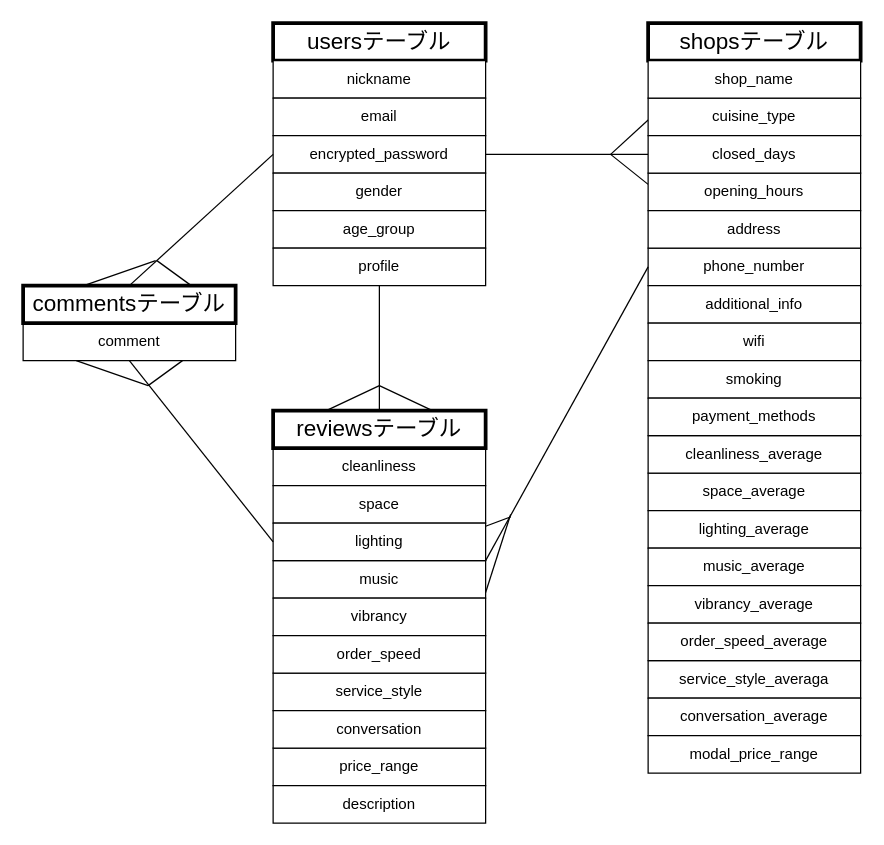
This is er.dio from 3ttaka/dokoiku, a draw.io file, before an edit. Source tidied: cells renumbered, new cells numbered last; positions are measured from the earlier drawing's top-left corner, leaving out a move shared by most shapes. Both pictures are drawn from the tidied source at 125%, with x=0, y=0 at pixel (22, 22).
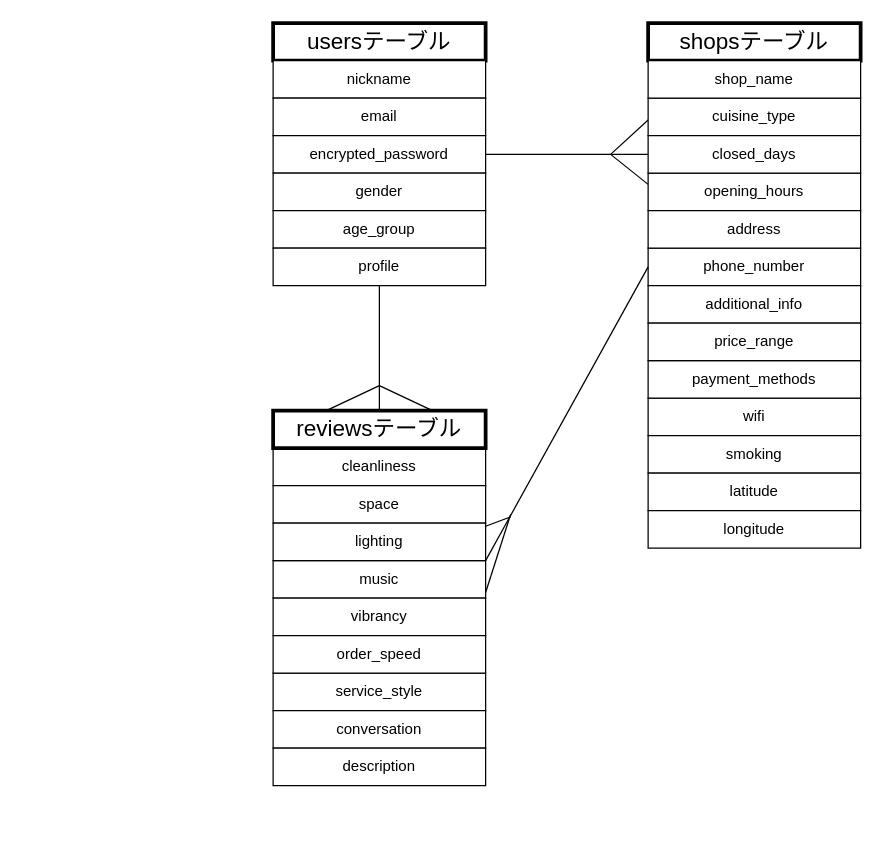
After the change.

Unchanged cells that the change refers to:
```xml
<mxCell id="9" value="encrypted_password" style="rounded=0;whiteSpace=wrap;html=1;" parent="7" vertex="1">
  <mxGeometry y="30" width="170" height="30" as="geometry" />
</mxCell>
<mxCell id="19" style="group;" parent="1" vertex="1">
  <mxGeometry x="200" y="310" width="250" height="310" as="geometry" />
</mxCell>
<mxCell id="24" value="lighting" style="rounded=0;whiteSpace=wrap;html=1;" parent="19" vertex="1">
  <mxGeometry y="90" width="170" height="30" as="geometry" />
</mxCell>
<mxCell id="27" style="group;" parent="19" vertex="1">
  <mxGeometry y="180" width="250" height="130" as="geometry" />
</mxCell>
<mxCell id="31" style="group;" parent="27" vertex="1">
  <mxGeometry x="80" y="10" width="170" height="120" as="geometry" />
</mxCell>
```

What changed in the source:
```diff
@@
-    <mxCell id="16" style="group;" parent="1" vertex="1">
-      <mxGeometry y="210" width="170" height="60" as="geometry" />
-    </mxCell>
-    <mxCell id="17" value="comment" style="rounded=0;whiteSpace=wrap;html=1;" parent="16" vertex="1">
-      <mxGeometry y="30" width="170" height="30" as="geometry" />
-    </mxCell>
-    <mxCell id="18" value="&lt;font style=&quot;font-size: 18px;&quot;&gt;commentsテーブル&lt;/font&gt;" style="rounded=0;whiteSpace=wrap;html=1;strokeWidth=3;" parent="16" vertex="1">
-      <mxGeometry width="170" height="30" as="geometry" />
-    </mxCell>
@@
-    <mxCell id="26" value="price_range" style="rounded=0;whiteSpace=wrap;html=1;" parent="19" vertex="1">
-      <mxGeometry y="270" width="170" height="30" as="geometry" />
-    </mxCell>
@@
-    <mxCell id="32" style="group;" parent="31" vertex="1">
-      <mxGeometry x="220" y="-170" width="170" height="60" as="geometry" />
-    </mxCell>
-    <mxCell id="33" value="space_average" style="rounded=0;whiteSpace=wrap;html=1;" parent="32" vertex="1">
-      <mxGeometry y="30" width="170" height="30" as="geometry" />
-    </mxCell>
+    <mxCell id="48" value="description" style="rounded=0;whiteSpace=wrap;html=1;" parent="27" vertex="1">
+      <mxGeometry y="90" width="170" height="30" as="geometry" />
+    </mxCell>
@@
-    <mxCell id="40" style="edgeStyle=none;html=1;exitX=0.5;exitY=1;exitDx=0;exitDy=0;entryX=0;entryY=0.5;entryDx=0;entryDy=0;fontSize=18;endArrow=none;endFill=0;" parent="1" edge="1" source="17" target="24">
-      <mxGeometry relative="1" as="geometry" />
-    </mxCell>
-    <mxCell id="41" style="edgeStyle=none;html=1;exitX=0.25;exitY=1;exitDx=0;exitDy=0;fontSize=18;endArrow=none;endFill=0;" parent="1" edge="1" source="17">
-      <mxGeometry relative="1" as="geometry">
-        <mxPoint x="100" y="290" as="targetPoint" />
-      </mxGeometry>
-    </mxCell>
-    <mxCell id="42" style="edgeStyle=none;html=1;exitX=0.75;exitY=1;exitDx=0;exitDy=0;fontSize=18;endArrow=none;endFill=0;" parent="1" edge="1" source="17">
-      <mxGeometry relative="1" as="geometry">
-        <mxPoint x="100" y="290" as="targetPoint" />
-      </mxGeometry>
-    </mxCell>
-    <mxCell id="43" style="edgeStyle=none;html=1;exitX=0;exitY=0.5;exitDx=0;exitDy=0;entryX=0.5;entryY=0;entryDx=0;entryDy=0;fontSize=18;endArrow=none;endFill=0;" parent="1" edge="1" source="9" target="18">
-      <mxGeometry relative="1" as="geometry" />
-    </mxCell>
-    <mxCell id="44" style="edgeStyle=none;html=1;exitX=0.25;exitY=0;exitDx=0;exitDy=0;fontSize=18;endArrow=none;endFill=0;" parent="1" edge="1">
-      <mxGeometry relative="1" as="geometry">
-        <mxPoint x="48.5" y="210" as="sourcePoint" />
-        <mxPoint x="106" y="190" as="targetPoint" />
-      </mxGeometry>
-    </mxCell>
-    <mxCell id="45" style="edgeStyle=none;html=1;exitX=0.75;exitY=0;exitDx=0;exitDy=0;fontSize=18;endArrow=none;endFill=0;" parent="1" edge="1">
-      <mxGeometry relative="1" as="geometry">
-        <mxPoint x="134.5" y="210" as="sourcePoint" />
-        <mxPoint x="107" y="190" as="targetPoint" />
-      </mxGeometry>
-    </mxCell>
-    <mxCell id="46" value="lighting_average" style="rounded=0;whiteSpace=wrap;html=1;" parent="1" vertex="1">
-      <mxGeometry x="500" y="390" width="170" height="30" as="geometry" />
-    </mxCell>
-    <mxCell id="47" value="music_average" style="rounded=0;whiteSpace=wrap;html=1;" parent="1" vertex="1">
-      <mxGeometry x="500" y="420" width="170" height="30" as="geometry" />
-    </mxCell>
-    <mxCell id="48" value="description" style="rounded=0;whiteSpace=wrap;html=1;" parent="1" vertex="1">
-      <mxGeometry x="200" y="610" width="170" height="30" as="geometry" />
-    </mxCell>
@@
-    <mxCell id="64" value="cleanliness_average" style="rounded=0;whiteSpace=wrap;html=1;" parent="1" vertex="1">
-      <mxGeometry x="500" y="330" width="170" height="30" as="geometry" />
-    </mxCell>
-    <mxCell id="65" value="vibrancy_average" style="rounded=0;whiteSpace=wrap;html=1;" parent="1" vertex="1">
-      <mxGeometry x="500" y="450" width="170" height="30" as="geometry" />
-    </mxCell>
-    <mxCell id="66" style="group;" parent="1" vertex="1">
-      <mxGeometry x="500" y="450" width="170" height="120" as="geometry" />
-    </mxCell>
-    <mxCell id="67" style="group;" parent="66" vertex="1">
-      <mxGeometry y="60" width="170" height="60" as="geometry" />
-    </mxCell>
-    <mxCell id="68" value="service_style_averaga" style="rounded=0;whiteSpace=wrap;html=1;" parent="67" vertex="1">
-      <mxGeometry width="170" height="30" as="geometry" />
-    </mxCell>
-    <mxCell id="69" value="conversation_average" style="rounded=0;whiteSpace=wrap;html=1;" parent="67" vertex="1">
-      <mxGeometry y="30" width="170" height="30" as="geometry" />
-    </mxCell>
-    <mxCell id="70" style="group;" parent="66" vertex="1">
-      <mxGeometry width="170" height="60" as="geometry" />
-    </mxCell>
-    <mxCell id="71" value="order_speed_average" style="rounded=0;whiteSpace=wrap;html=1;" parent="70" vertex="1">
-      <mxGeometry y="30" width="170" height="30" as="geometry" />
-    </mxCell>
     <mxCell id="72" value="wifi" style="rounded=0;whiteSpace=wrap;html=1;" parent="1" vertex="1">
-      <mxGeometry x="500" y="240" width="170" height="30" as="geometry" />
+      <mxGeometry x="500" y="300" width="170" height="30" as="geometry" />
     </mxCell>
     <mxCell id="73" value="smoking" style="rounded=0;whiteSpace=wrap;html=1;" parent="1" vertex="1">
-      <mxGeometry x="500" y="270" width="170" height="30" as="geometry" />
+      <mxGeometry x="500" y="330" width="170" height="30" as="geometry" />
     </mxCell>
     <mxCell id="74" value="payment_methods" style="rounded=0;whiteSpace=wrap;html=1;" parent="1" vertex="1">
-      <mxGeometry x="500" y="300" width="170" height="30" as="geometry" />
+      <mxGeometry x="500" y="270" width="170" height="30" as="geometry" />
     </mxCell>
@@
-    <mxCell id="78" value="modal_price_range" style="rounded=0;whiteSpace=wrap;html=1;" parent="1" vertex="1">
-      <mxGeometry x="500" y="570" width="170" height="30" as="geometry" />
+    <mxCell id="78" value="price_range" style="rounded=0;whiteSpace=wrap;html=1;" parent="1" vertex="1">
+      <mxGeometry x="500" y="240" width="170" height="30" as="geometry" />
     </mxCell>
+    <mxCell id="79" value="latitude" style="rounded=0;whiteSpace=wrap;html=1;" parent="1" vertex="1">
+      <mxGeometry x="500" y="360" width="170" height="30" as="geometry" />
+    </mxCell>
+    <mxCell id="80" value="longitude" style="rounded=0;whiteSpace=wrap;html=1;" parent="1" vertex="1">
+      <mxGeometry x="500" y="390" width="170" height="30" as="geometry" />
+    </mxCell>
```
